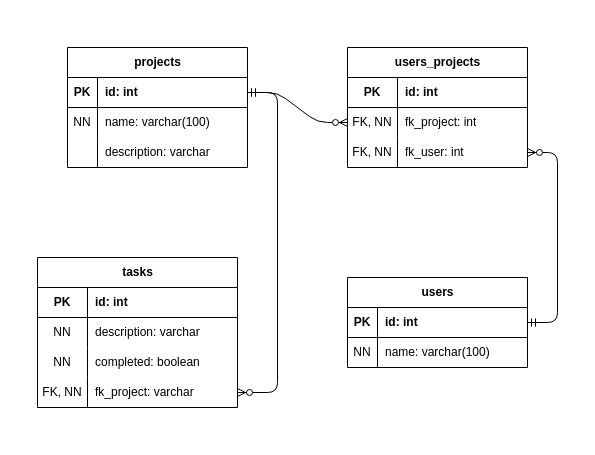
Earlier version of the draw.io diagram backend/docs/DER.drawio (guilhermepk/APS-2-WEB-3). Source tidied: cells renumbered, new cells numbered last; positions are measured from the earlier drawing's top-left corner, leaving out a move shared by most shapes. Both pictures are drawn from the tidied source at 100%, with x=0, y=0 at pixel (37, 47).
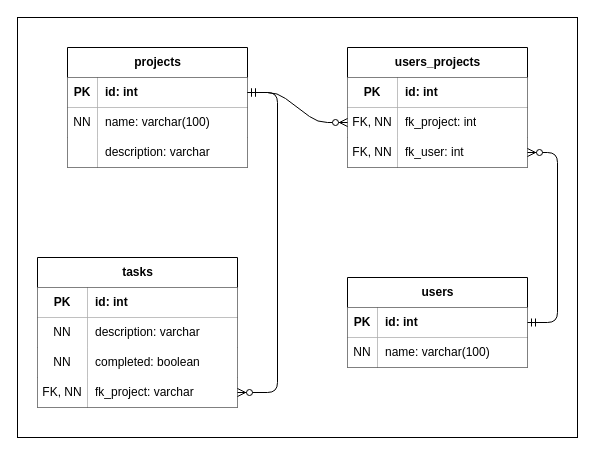
The same page after the edit.

The change refers to these unchanged cells:
```xml
<mxCell id="3" style="shape=tableRow;horizontal=0;startSize=0;swimlaneHead=0;swimlaneBody=0;fillColor=none;points=[[0,0.5],[1,0.5]];portConstraint=eastwest;top=0;left=0;right=0;bottom=1;" parent="2" vertex="1">
  <mxGeometry y="30" width="180" height="30" as="geometry" />
</mxCell>
<mxCell id="6" style="shape=tableRow;horizontal=0;startSize=0;swimlaneHead=0;swimlaneBody=0;fillColor=none;top=0;left=0;right=0;bottom=0;" parent="2" vertex="1">
  <mxGeometry y="60" width="180" height="30" as="geometry" />
</mxCell>
<mxCell id="9" style="shape=tableRow;horizontal=0;startSize=0;swimlaneHead=0;swimlaneBody=0;fillColor=none;top=0;left=0;right=0;bottom=0;" parent="2" vertex="1">
  <mxGeometry y="90" width="180" height="30" as="geometry" />
</mxCell>
<mxCell id="13" style="shape=tableRow;horizontal=0;startSize=0;swimlaneHead=0;swimlaneBody=0;fillColor=none;points=[[0,0.5],[1,0.5]];portConstraint=eastwest;top=0;left=0;right=0;bottom=1;" parent="12" vertex="1">
  <mxGeometry y="30" width="180" height="30" as="geometry" />
</mxCell>
<mxCell id="16" style="shape=tableRow;horizontal=0;startSize=0;swimlaneHead=0;swimlaneBody=0;fillColor=none;top=0;left=0;right=0;bottom=0;" parent="12" vertex="1">
  <mxGeometry y="60" width="180" height="30" as="geometry" />
</mxCell>
<mxCell id="20" style="shape=tableRow;horizontal=0;startSize=0;swimlaneHead=0;swimlaneBody=0;fillColor=none;top=0;left=0;right=0;bottom=1;" parent="19" vertex="1">
  <mxGeometry y="30" width="180" height="30" as="geometry" />
</mxCell>
<mxCell id="23" style="shape=tableRow;horizontal=0;startSize=0;swimlaneHead=0;swimlaneBody=0;fillColor=none;points=[[0,0.5],[1,0.5]];portConstraint=eastwest;top=0;left=0;right=0;bottom=0;" parent="19" vertex="1">
  <mxGeometry y="60" width="180" height="30" as="geometry" />
</mxCell>
<mxCell id="26" style="shape=tableRow;horizontal=0;startSize=0;swimlaneHead=0;swimlaneBody=0;fillColor=none;points=[[0,0.5],[1,0.5]];portConstraint=eastwest;top=0;left=0;right=0;bottom=0;" parent="19" vertex="1">
  <mxGeometry y="90" width="180" height="30" as="geometry" />
</mxCell>
<mxCell id="32" style="shape=tableRow;horizontal=0;startSize=0;swimlaneHead=0;swimlaneBody=0;fillColor=none;top=0;left=0;right=0;bottom=1;" parent="31" vertex="1">
  <mxGeometry y="30" width="200" height="30" as="geometry" />
</mxCell>
<mxCell id="35" style="shape=tableRow;horizontal=0;startSize=0;swimlaneHead=0;swimlaneBody=0;fillColor=none;top=0;left=0;right=0;bottom=0;" parent="31" vertex="1">
  <mxGeometry y="60" width="200" height="30" as="geometry" />
</mxCell>
<mxCell id="38" style="shape=tableRow;horizontal=0;startSize=0;swimlaneHead=0;swimlaneBody=0;fillColor=none;top=0;left=0;right=0;bottom=0;" parent="31" vertex="1">
  <mxGeometry y="90" width="200" height="30" as="geometry" />
</mxCell>
<mxCell id="41" style="shape=tableRow;horizontal=0;startSize=0;swimlaneHead=0;swimlaneBody=0;fillColor=none;points=[[0,0.5],[1,0.5]];portConstraint=eastwest;top=0;left=0;right=0;bottom=0;" parent="31" vertex="1">
  <mxGeometry y="120" width="200" height="30" as="geometry" />
</mxCell>
```

Diff of the diagram source:
```diff
@@
+    <mxCell id="45" style="rounded=0;whiteSpace=wrap;html=1;" parent="1" vertex="1">
+      <mxGeometry x="-20" y="-30" width="560" height="420" as="geometry" />
+    </mxCell>
-    <mxCell id="2" value="projects" style="shape=table;startSize=30;childLayout=tableLayout;rowLines=0;fontStyle=1;align=center;html=1;" parent="1" vertex="1">
+    <mxCell id="2" value="projects" style="shape=table;startSize=30;childLayout=tableLayout;rowLines=0;fontStyle=1;align=center;html=1;fillColor=default;" parent="1" vertex="1">
       <mxGeometry x="30" width="180" height="120" as="geometry" />
     </mxCell>
@@
-    <mxCell id="4" value="PK" style="shape=partialRectangle;fillColor=none;top=0;left=0;bottom=0;right=0;fontStyle=1;overflow=hidden;whiteSpace=wrap;html=1;" parent="3" vertex="1">
+    <mxCell id="4" value="PK" style="shape=partialRectangle;fillColor=#FFFFFF;top=0;left=0;bottom=0;right=0;fontStyle=1;overflow=hidden;whiteSpace=wrap;html=1;" parent="3" vertex="1">
       <mxGeometry width="30" height="30" as="geometry" />
     </mxCell>
-    <mxCell id="5" value="id: int" style="shape=partialRectangle;fillColor=none;top=0;left=0;bottom=0;right=0;align=left;spacingLeft=6;fontStyle=1;overflow=hidden;whiteSpace=wrap;html=1;" parent="3" vertex="1">
+    <mxCell id="5" value="id: int" style="shape=partialRectangle;fillColor=#FFFFFF;top=0;left=0;bottom=0;right=0;align=left;spacingLeft=6;fontStyle=1;overflow=hidden;whiteSpace=wrap;html=1;" parent="3" vertex="1">
       <mxGeometry x="30" width="150" height="30" as="geometry" />
     </mxCell>
@@
-    <mxCell id="7" value="NN" style="shape=partialRectangle;fillColor=none;top=0;left=0;bottom=0;right=0;overflow=hidden;whiteSpace=wrap;html=1;" parent="6" vertex="1">
+    <mxCell id="7" value="NN" style="shape=partialRectangle;fillColor=#FFFFFF;top=0;left=0;bottom=0;right=0;overflow=hidden;whiteSpace=wrap;html=1;" parent="6" vertex="1">
       <mxGeometry width="30" height="30" as="geometry" />
     </mxCell>
-    <mxCell id="8" value="name: varchar(100)" style="shape=partialRectangle;fillColor=none;top=0;left=0;bottom=0;right=0;align=left;spacingLeft=6;overflow=hidden;whiteSpace=wrap;html=1;" parent="6" vertex="1">
+    <mxCell id="8" value="name: varchar(100)" style="shape=partialRectangle;fillColor=#FFFFFF;top=0;left=0;bottom=0;right=0;align=left;spacingLeft=6;overflow=hidden;whiteSpace=wrap;html=1;" parent="6" vertex="1">
       <mxGeometry x="30" width="150" height="30" as="geometry" />
     </mxCell>
@@
-    <mxCell id="10" style="shape=partialRectangle;fillColor=none;top=0;left=0;bottom=0;right=0;overflow=hidden;whiteSpace=wrap;html=1;" parent="9" vertex="1">
+    <mxCell id="10" style="shape=partialRectangle;fillColor=#FFFFFF;top=0;left=0;bottom=0;right=0;overflow=hidden;whiteSpace=wrap;html=1;" parent="9" vertex="1">
       <mxGeometry width="30" height="30" as="geometry" />
     </mxCell>
-    <mxCell id="11" value="description: varchar" style="shape=partialRectangle;fillColor=none;top=0;left=0;bottom=0;right=0;align=left;spacingLeft=6;overflow=hidden;whiteSpace=wrap;html=1;" parent="9" vertex="1">
+    <mxCell id="11" value="description: varchar" style="shape=partialRectangle;fillColor=#FFFFFF;top=0;left=0;bottom=0;right=0;align=left;spacingLeft=6;overflow=hidden;whiteSpace=wrap;html=1;" parent="9" vertex="1">
       <mxGeometry x="30" width="150" height="30" as="geometry" />
     </mxCell>
@@
-    <mxCell id="14" value="PK" style="shape=partialRectangle;fillColor=none;top=0;left=0;bottom=0;right=0;fontStyle=1;overflow=hidden;whiteSpace=wrap;html=1;" parent="13" vertex="1">
+    <mxCell id="14" value="PK" style="shape=partialRectangle;fillColor=#FFFFFF;top=0;left=0;bottom=0;right=0;fontStyle=1;overflow=hidden;whiteSpace=wrap;html=1;" parent="13" vertex="1">
       <mxGeometry width="30" height="30" as="geometry" />
     </mxCell>
-    <mxCell id="15" value="id: int" style="shape=partialRectangle;fillColor=none;top=0;left=0;bottom=0;right=0;align=left;spacingLeft=6;fontStyle=1;overflow=hidden;whiteSpace=wrap;html=1;" parent="13" vertex="1">
+    <mxCell id="15" value="id: int" style="shape=partialRectangle;fillColor=#FFFFFF;top=0;left=0;bottom=0;right=0;align=left;spacingLeft=6;fontStyle=1;overflow=hidden;whiteSpace=wrap;html=1;" parent="13" vertex="1">
       <mxGeometry x="30" width="150" height="30" as="geometry" />
     </mxCell>
@@
-    <mxCell id="17" value="NN" style="shape=partialRectangle;fillColor=none;top=0;left=0;bottom=0;right=0;overflow=hidden;whiteSpace=wrap;html=1;" parent="16" vertex="1">
+    <mxCell id="17" value="NN" style="shape=partialRectangle;fillColor=#FFFFFF;top=0;left=0;bottom=0;right=0;overflow=hidden;whiteSpace=wrap;html=1;" parent="16" vertex="1">
       <mxGeometry width="30" height="30" as="geometry" />
     </mxCell>
-    <mxCell id="18" value="name: varchar(100)" style="shape=partialRectangle;fillColor=none;top=0;left=0;bottom=0;right=0;align=left;spacingLeft=6;overflow=hidden;whiteSpace=wrap;html=1;" parent="16" vertex="1">
+    <mxCell id="18" value="name: varchar(100)" style="shape=partialRectangle;fillColor=#FFFFFF;top=0;left=0;bottom=0;right=0;align=left;spacingLeft=6;overflow=hidden;whiteSpace=wrap;html=1;" parent="16" vertex="1">
       <mxGeometry x="30" width="150" height="30" as="geometry" />
     </mxCell>
@@
-    <mxCell id="21" value="PK" style="shape=partialRectangle;fillColor=none;top=0;left=0;bottom=0;right=0;fontStyle=1;overflow=hidden;whiteSpace=wrap;html=1;" parent="20" vertex="1">
+    <mxCell id="21" value="PK" style="shape=partialRectangle;fillColor=#FFFFFF;top=0;left=0;bottom=0;right=0;fontStyle=1;overflow=hidden;whiteSpace=wrap;html=1;" parent="20" vertex="1">
       <mxGeometry width="50" height="30" as="geometry" />
     </mxCell>
-    <mxCell id="22" value="id: int" style="shape=partialRectangle;fillColor=none;top=0;left=0;bottom=0;right=0;align=left;spacingLeft=6;fontStyle=1;overflow=hidden;whiteSpace=wrap;html=1;" parent="20" vertex="1">
+    <mxCell id="22" value="id: int" style="shape=partialRectangle;fillColor=#FFFFFF;top=0;left=0;bottom=0;right=0;align=left;spacingLeft=6;fontStyle=1;overflow=hidden;whiteSpace=wrap;html=1;" parent="20" vertex="1">
       <mxGeometry x="50" width="130" height="30" as="geometry" />
     </mxCell>
@@
-    <mxCell id="24" value="FK, NN" style="shape=partialRectangle;fillColor=none;top=0;left=0;bottom=0;right=0;overflow=hidden;whiteSpace=wrap;html=1;" parent="23" vertex="1">
+    <mxCell id="24" value="FK, NN" style="shape=partialRectangle;fillColor=#FFFFFF;top=0;left=0;bottom=0;right=0;overflow=hidden;whiteSpace=wrap;html=1;" parent="23" vertex="1">
       <mxGeometry width="50" height="30" as="geometry" />
     </mxCell>
-    <mxCell id="25" value="fk_project: int" style="shape=partialRectangle;fillColor=none;top=0;left=0;bottom=0;right=0;align=left;spacingLeft=6;overflow=hidden;whiteSpace=wrap;html=1;" parent="23" vertex="1">
+    <mxCell id="25" value="fk_project: int" style="shape=partialRectangle;fillColor=#FFFFFF;top=0;left=0;bottom=0;right=0;align=left;spacingLeft=6;overflow=hidden;whiteSpace=wrap;html=1;" parent="23" vertex="1">
       <mxGeometry x="50" width="130" height="30" as="geometry" />
     </mxCell>
@@
-    <mxCell id="27" value="FK, NN" style="shape=partialRectangle;fillColor=none;top=0;left=0;bottom=0;right=0;overflow=hidden;whiteSpace=wrap;html=1;" parent="26" vertex="1">
+    <mxCell id="27" value="FK, NN" style="shape=partialRectangle;fillColor=#FFFFFF;top=0;left=0;bottom=0;right=0;overflow=hidden;whiteSpace=wrap;html=1;" parent="26" vertex="1">
       <mxGeometry width="50" height="30" as="geometry" />
     </mxCell>
-    <mxCell id="28" value="fk_user: int" style="shape=partialRectangle;fillColor=none;top=0;left=0;bottom=0;right=0;align=left;spacingLeft=6;overflow=hidden;whiteSpace=wrap;html=1;" parent="26" vertex="1">
+    <mxCell id="28" value="fk_user: int" style="shape=partialRectangle;fillColor=#FFFFFF;top=0;left=0;bottom=0;right=0;align=left;spacingLeft=6;overflow=hidden;whiteSpace=wrap;html=1;" parent="26" vertex="1">
       <mxGeometry x="50" width="130" height="30" as="geometry" />
     </mxCell>
@@
-    <mxCell id="33" value="PK" style="shape=partialRectangle;fillColor=none;top=0;left=0;bottom=0;right=0;fontStyle=1;overflow=hidden;whiteSpace=wrap;html=1;" parent="32" vertex="1">
+    <mxCell id="33" value="PK" style="shape=partialRectangle;fillColor=#FFFFFF;top=0;left=0;bottom=0;right=0;fontStyle=1;overflow=hidden;whiteSpace=wrap;html=1;" parent="32" vertex="1">
       <mxGeometry width="50" height="30" as="geometry" />
     </mxCell>
-    <mxCell id="34" value="id: int" style="shape=partialRectangle;fillColor=none;top=0;left=0;bottom=0;right=0;align=left;spacingLeft=6;fontStyle=1;overflow=hidden;whiteSpace=wrap;html=1;" parent="32" vertex="1">
+    <mxCell id="34" value="id: int" style="shape=partialRectangle;fillColor=#FFFFFF;top=0;left=0;bottom=0;right=0;align=left;spacingLeft=6;fontStyle=1;overflow=hidden;whiteSpace=wrap;html=1;" parent="32" vertex="1">
       <mxGeometry x="50" width="150" height="30" as="geometry" />
     </mxCell>
@@
-    <mxCell id="36" value="NN" style="shape=partialRectangle;fillColor=none;top=0;left=0;bottom=0;right=0;overflow=hidden;whiteSpace=wrap;html=1;" parent="35" vertex="1">
+    <mxCell id="36" value="NN" style="shape=partialRectangle;fillColor=#FFFFFF;top=0;left=0;bottom=0;right=0;overflow=hidden;whiteSpace=wrap;html=1;" parent="35" vertex="1">
       <mxGeometry width="50" height="30" as="geometry" />
     </mxCell>
-    <mxCell id="37" value="description: varchar" style="shape=partialRectangle;fillColor=none;top=0;left=0;bottom=0;right=0;align=left;spacingLeft=6;overflow=hidden;whiteSpace=wrap;html=1;" parent="35" vertex="1">
+    <mxCell id="37" value="description: varchar" style="shape=partialRectangle;fillColor=#FFFFFF;top=0;left=0;bottom=0;right=0;align=left;spacingLeft=6;overflow=hidden;whiteSpace=wrap;html=1;" parent="35" vertex="1">
       <mxGeometry x="50" width="150" height="30" as="geometry" />
     </mxCell>
@@
-    <mxCell id="39" value="NN" style="shape=partialRectangle;fillColor=none;top=0;left=0;bottom=0;right=0;overflow=hidden;whiteSpace=wrap;html=1;" parent="38" vertex="1">
+    <mxCell id="39" value="NN" style="shape=partialRectangle;fillColor=#FFFFFF;top=0;left=0;bottom=0;right=0;overflow=hidden;whiteSpace=wrap;html=1;" parent="38" vertex="1">
       <mxGeometry width="50" height="30" as="geometry" />
     </mxCell>
-    <mxCell id="40" value="completed: boolean" style="shape=partialRectangle;fillColor=none;top=0;left=0;bottom=0;right=0;align=left;spacingLeft=6;overflow=hidden;whiteSpace=wrap;html=1;" parent="38" vertex="1">
+    <mxCell id="40" value="completed: boolean" style="shape=partialRectangle;fillColor=#FFFFFF;top=0;left=0;bottom=0;right=0;align=left;spacingLeft=6;overflow=hidden;whiteSpace=wrap;html=1;" parent="38" vertex="1">
       <mxGeometry x="50" width="150" height="30" as="geometry" />
     </mxCell>
@@
-    <mxCell id="42" value="FK, NN" style="shape=partialRectangle;fillColor=none;top=0;left=0;bottom=0;right=0;overflow=hidden;whiteSpace=wrap;html=1;" parent="41" vertex="1">
+    <mxCell id="42" value="FK, NN" style="shape=partialRectangle;fillColor=#FFFFFF;top=0;left=0;bottom=0;right=0;overflow=hidden;whiteSpace=wrap;html=1;" parent="41" vertex="1">
       <mxGeometry width="50" height="30" as="geometry" />
     </mxCell>
-    <mxCell id="43" value="fk_project: varchar" style="shape=partialRectangle;fillColor=none;top=0;left=0;bottom=0;right=0;align=left;spacingLeft=6;overflow=hidden;whiteSpace=wrap;html=1;" parent="41" vertex="1">
+    <mxCell id="43" value="fk_project: varchar" style="shape=partialRectangle;fillColor=#FFFFFF;top=0;left=0;bottom=0;right=0;align=left;spacingLeft=6;overflow=hidden;whiteSpace=wrap;html=1;" parent="41" vertex="1">
       <mxGeometry x="50" width="150" height="30" as="geometry" />
     </mxCell>
```
